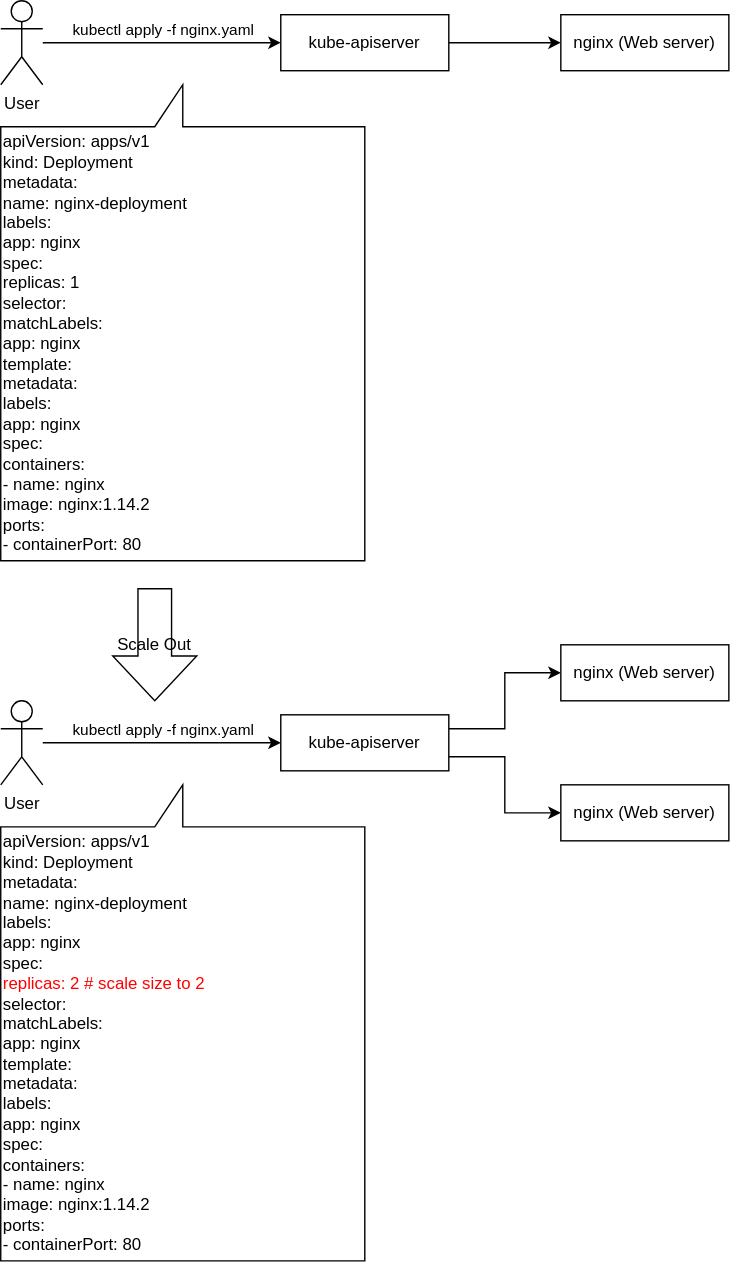
Above: Kubernetes/images/why-operetor-needed.drawio.svg in k-makino-jp/sandbox (draw.io), before the change. Source tidied: cells renumbered, new cells last; positions are measured from the earlier drawing's top-left corner, leaving out a move shared by most shapes.
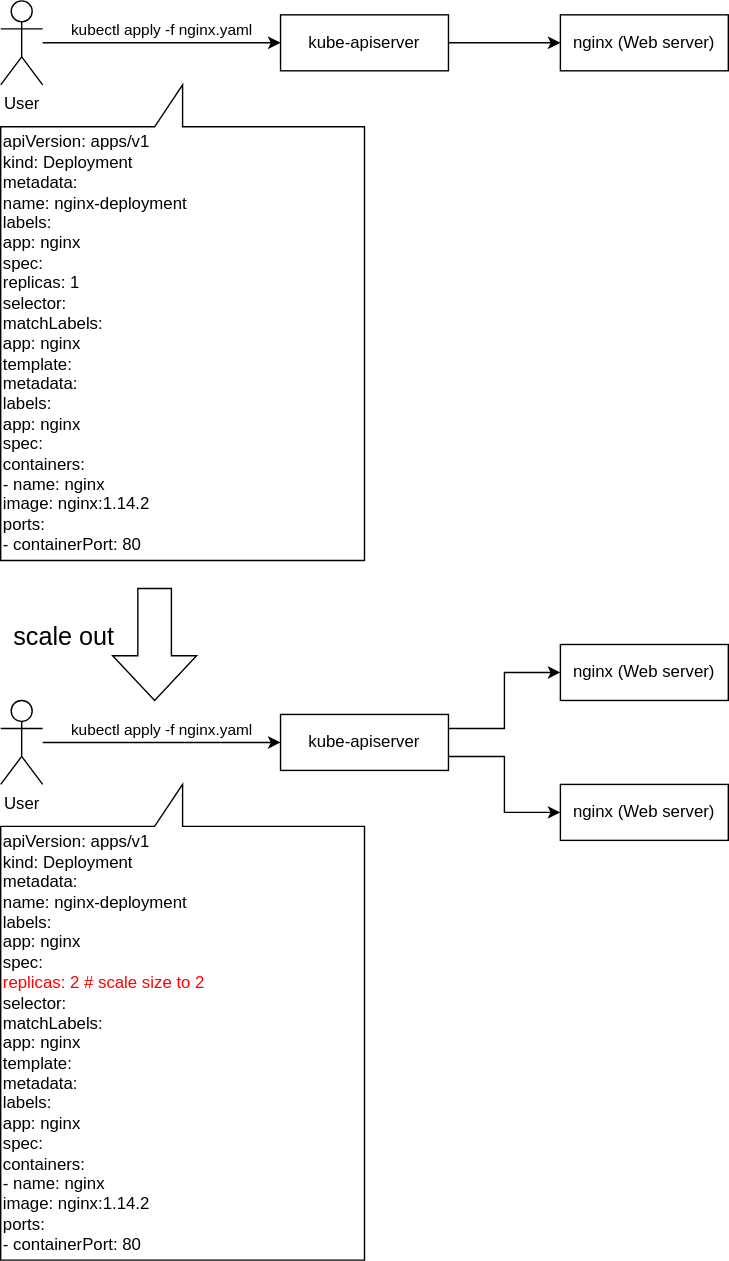
Above is the later version.

Change to the diagram source:
```diff
@@ -48,8 +48,11 @@
     <mxCell id="15" value="apiVersion: apps/v1&lt;br&gt;kind: Deployment&lt;br&gt;metadata:&lt;br&gt;&amp;nbsp; name: nginx-deployment&lt;br&gt;&amp;nbsp; labels:&lt;br&gt;&amp;nbsp; &amp;nbsp; app: nginx&lt;br&gt;spec:&lt;br&gt;&lt;font color=&quot;#ff0000&quot;&gt;&amp;nbsp; replicas: 2 # scale size to 2&lt;/font&gt;&lt;br&gt;&amp;nbsp; selector:&lt;br&gt;&amp;nbsp; &amp;nbsp; matchLabels:&lt;br&gt;&amp;nbsp; &amp;nbsp; &amp;nbsp; app: nginx&lt;br&gt;&amp;nbsp; template:&lt;br&gt;&amp;nbsp; &amp;nbsp; metadata:&lt;br&gt;&amp;nbsp; &amp;nbsp; &amp;nbsp; labels:&lt;br&gt;&amp;nbsp; &amp;nbsp; &amp;nbsp; &amp;nbsp; app: nginx&lt;br&gt;&amp;nbsp; &amp;nbsp; spec:&lt;br&gt;&amp;nbsp; &amp;nbsp; &amp;nbsp; containers:&lt;br&gt;&amp;nbsp; &amp;nbsp; &amp;nbsp; - name: nginx&lt;br&gt;&amp;nbsp; &amp;nbsp; &amp;nbsp; &amp;nbsp; image: nginx:1.14.2&lt;br&gt;&amp;nbsp; &amp;nbsp; &amp;nbsp; &amp;nbsp; ports:&lt;br&gt;&amp;nbsp; &amp;nbsp; &amp;nbsp; &amp;nbsp; - containerPort: 80" style="shape=callout;whiteSpace=wrap;perimeter=calloutPerimeter;direction=west;align=left;html=1;" parent="1" vertex="1">
       <mxGeometry y="560" width="260" height="340" as="geometry" />
     </mxCell>
-    <mxCell id="16" value="Scale Out" style="shape=singleArrow;whiteSpace=wrap;html=1;arrowWidth=0.4;arrowSize=0.4;flipH=1;align=center;direction=south;" parent="1" vertex="1">
+    <mxCell id="16" style="shape=singleArrow;whiteSpace=wrap;html=1;arrowWidth=0.4;arrowSize=0.4;flipH=1;align=center;direction=south;" parent="1" vertex="1">
       <mxGeometry x="80" y="420" width="60" height="80" as="geometry" />
     </mxCell>
+    <mxCell id="17" value="scale out" style="text;html=1;align=center;verticalAlign=middle;strokeColor=none;fontSize=18;" parent="1" vertex="1">
+      <mxGeometry y="440" width="90" height="30" as="geometry" />
+    </mxCell>
   </root>
 </mxGraphModel>
```
